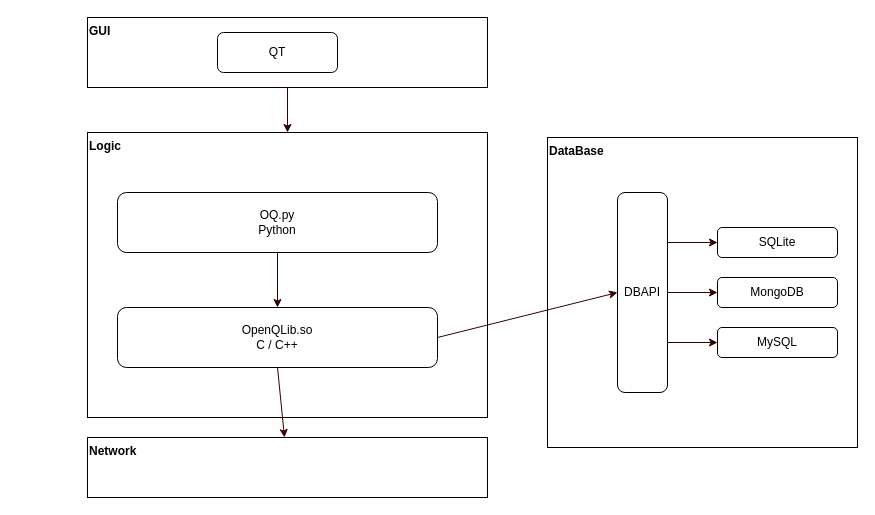
DanielCxh/openql keeps this draw.io diagram as OpenQL.drawio. Above is the earlier version. Source tidied: cells renumbered, new cells numbered last; positions are measured from the earlier drawing's top-left corner, leaving out a move shared by most shapes. Both pictures are drawn from the tidied source at 100%, with x=0, y=0 at pixel (87, 17).
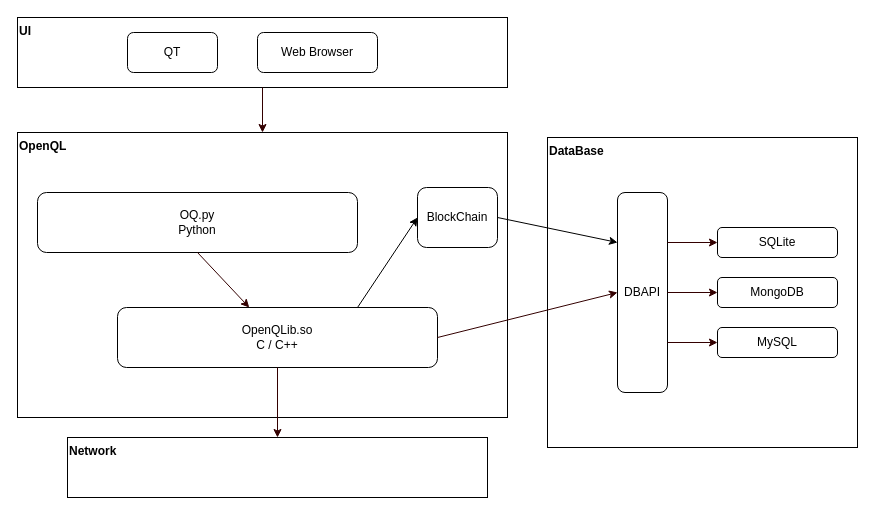
After the change.

Unchanged cells that the change refers to:
```xml
<mxCell id="4" value="OpenQLib.so&lt;br&gt;C / C++" style="rounded=1;whiteSpace=wrap;html=1;" parent="1" vertex="1">
  <mxGeometry x="30" y="290" width="320" height="60" as="geometry" />
</mxCell>
<mxCell id="6" value="DBAPI" style="rounded=1;whiteSpace=wrap;html=1;fillColor=none;" parent="1" vertex="1">
  <mxGeometry x="530" y="175" width="50" height="200" as="geometry" />
</mxCell>
```

What changed in the source:
```diff
@@
-    <mxCell id="2" value="Logic" style="rounded=0;whiteSpace=wrap;html=1;fillColor=none;align=left;verticalAlign=top;fontStyle=1;" parent="1" vertex="1">
-      <mxGeometry y="115" width="400" height="285" as="geometry" />
+    <mxCell id="2" value="OpenQL" style="rounded=0;whiteSpace=wrap;html=1;fillColor=none;align=left;verticalAlign=top;fontStyle=1;" parent="1" vertex="1">
+      <mxGeometry x="-70" y="115" width="490" height="285" as="geometry" />
     </mxCell>
     <mxCell id="3" value="OQ.py&lt;br&gt;Python" style="rounded=1;whiteSpace=wrap;html=1;" parent="1" vertex="1">
-      <mxGeometry x="30" y="175" width="320" height="60" as="geometry" />
+      <mxGeometry x="-50" y="175" width="320" height="60" as="geometry" />
     </mxCell>
@@
-    <mxCell id="10" value="GUI" style="rounded=0;whiteSpace=wrap;html=1;fillColor=none;align=left;verticalAlign=top;fontStyle=1;" parent="1" vertex="1">
-      <mxGeometry width="400" height="70" as="geometry" />
+    <mxCell id="10" value="UI" style="rounded=0;whiteSpace=wrap;html=1;fillColor=none;align=left;verticalAlign=top;fontStyle=1;" parent="1" vertex="1">
+      <mxGeometry x="-70" width="490" height="70" as="geometry" />
     </mxCell>
     <mxCell id="11" value="Network" style="rounded=0;whiteSpace=wrap;html=1;fillColor=none;align=left;verticalAlign=top;fontStyle=1;" parent="1" vertex="1">
-      <mxGeometry y="420" width="400" height="60" as="geometry" />
+      <mxGeometry x="-20" y="420" width="420" height="60" as="geometry" />
     </mxCell>
     <mxCell id="12" value="QT" style="rounded=1;whiteSpace=wrap;html=1;fillColor=none;align=center;" parent="1" vertex="1">
-      <mxGeometry x="130" y="15" width="120" height="40" as="geometry" />
+      <mxGeometry x="40" y="15" width="90" height="40" as="geometry" />
     </mxCell>
@@
+    <mxCell id="20" value="Web Browser" style="rounded=1;whiteSpace=wrap;html=1;fillColor=none;align=center;" parent="1" vertex="1">
+      <mxGeometry x="170" y="15" width="120" height="40" as="geometry" />
+    </mxCell>
+    <mxCell id="21" value="BlockChain" style="rounded=1;whiteSpace=wrap;html=1;fillColor=none;" parent="1" vertex="1">
+      <mxGeometry x="330" y="170" width="80" height="60" as="geometry" />
+    </mxCell>
+    <mxCell id="22" style="endArrow=classic;html=1;exitX=0.75;exitY=0;exitDx=0;exitDy=0;entryX=0;entryY=0.5;entryDx=0;entryDy=0;" parent="1" edge="1" source="4" target="21">
+      <mxGeometry relative="1" as="geometry" />
+    </mxCell>
+    <mxCell id="23" style="endArrow=classic;html=1;exitX=1;exitY=0.5;exitDx=0;exitDy=0;entryX=0;entryY=0.25;entryDx=0;entryDy=0;" parent="1" edge="1" source="21" target="6">
+      <mxGeometry relative="1" as="geometry" />
+    </mxCell>
```
